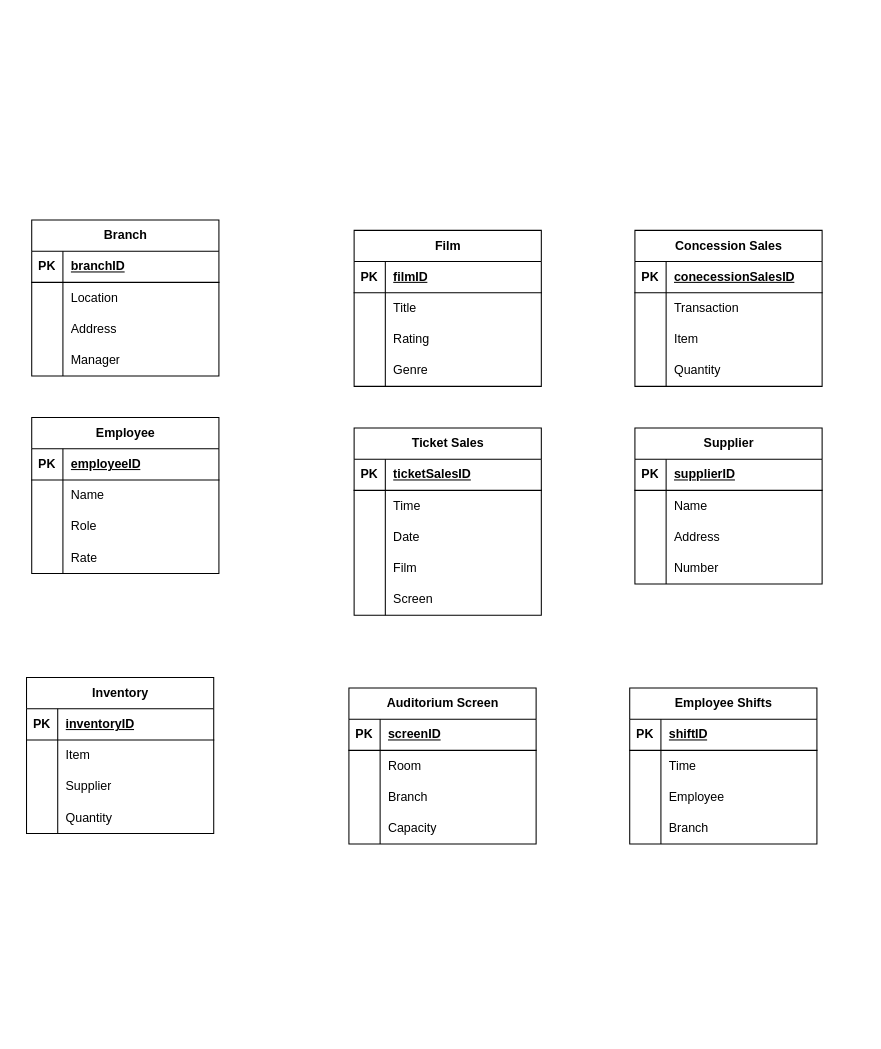
bmontessua/IST423 keeps this draw.io diagram as Group-Topic-Movie_Theater.drawio. Above is the earlier version. Source tidied: cells renumbered, new cells numbered last; positions are measured from the earlier drawing's top-left corner, leaving out a move shared by most shapes. Both pictures are drawn from the tidied source at 104%, with x=0, y=0 at pixel (26, 219).
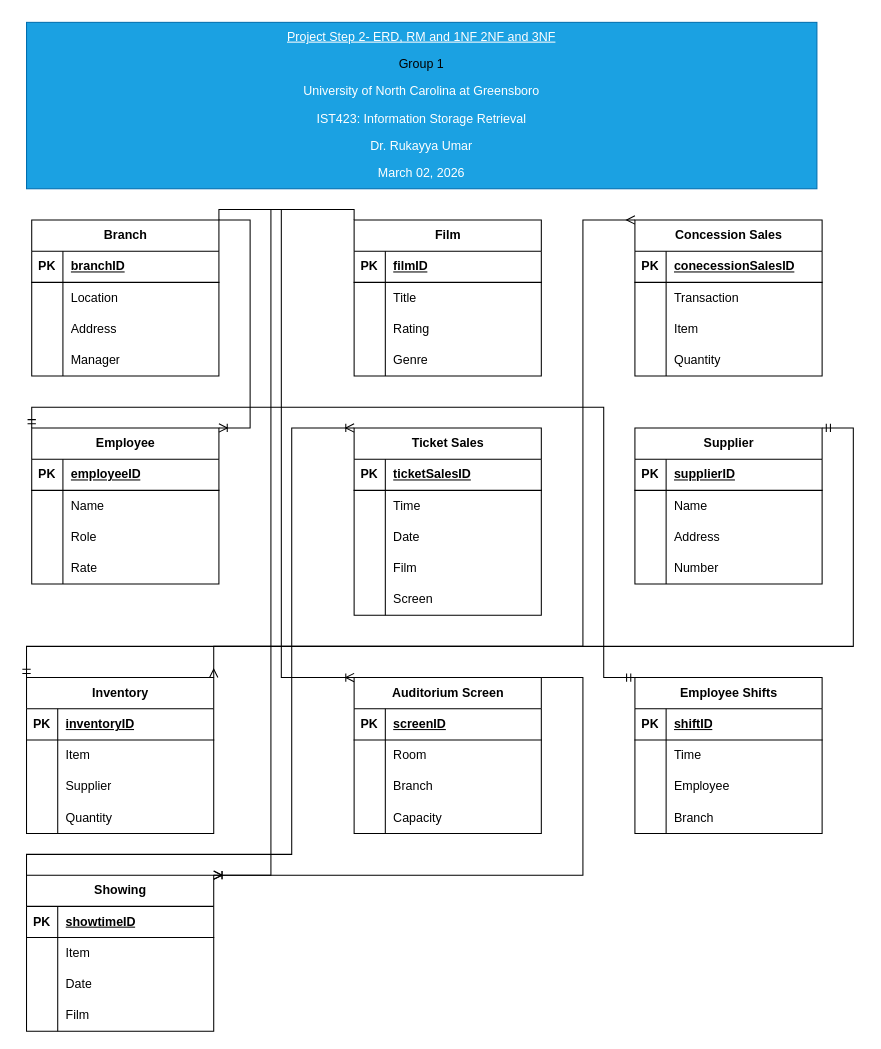
After the change.

Unchanged cells that the change refers to:
```xml
<mxCell id="2" value="Branch" style="shape=table;startSize=30;childLayout=tableLayout;rowLines=0;fontStyle=1;align=center;html=1;" parent="1" vertex="1">
  <mxGeometry x="5" width="180" height="150" as="geometry" />
</mxCell>
<mxCell id="41" value="Ticket Sales" style="shape=table;startSize=30;childLayout=tableLayout;rowLines=0;fontStyle=1;align=center;html=1;" parent="1" vertex="1">
  <mxGeometry x="315" y="200" width="180" height="180" as="geometry" />
</mxCell>
<mxCell id="57" value="Inventory" style="shape=table;startSize=30;childLayout=tableLayout;rowLines=0;fontStyle=1;align=center;html=1;" parent="1" vertex="1">
  <mxGeometry y="440" width="180" height="150" as="geometry" />
</mxCell>
<mxCell id="96" value="Supplier" style="shape=table;startSize=30;childLayout=tableLayout;rowLines=0;fontStyle=1;align=center;html=1;" parent="1" vertex="1">
  <mxGeometry x="585" y="200" width="180" height="150" as="geometry" />
</mxCell>
```

The edit, as a diff of the source:
```diff
@@
     <mxCell id="15" value="Auditorium Screen" style="shape=table;startSize=30;childLayout=tableLayout;rowLines=0;fontStyle=1;align=center;html=1;" parent="1" vertex="1">
-      <mxGeometry x="310" y="450" width="180" height="150" as="geometry" />
+      <mxGeometry x="315" y="440" width="180" height="150" as="geometry" />
     </mxCell>
@@
     <mxCell id="28" value="Concession Sales" style="shape=table;startSize=30;childLayout=tableLayout;rowLines=0;fontStyle=1;align=center;html=1;" parent="1" vertex="1">
-      <mxGeometry x="585" y="10" width="180" height="150" as="geometry" />
+      <mxGeometry x="585" width="180" height="150" as="geometry" />
     </mxCell>
@@
     <mxCell id="70" value="Film" style="shape=table;startSize=30;childLayout=tableLayout;rowLines=0;fontStyle=1;align=center;html=1;" parent="1" vertex="1">
-      <mxGeometry x="315" y="10" width="180" height="150" as="geometry" />
+      <mxGeometry x="315" width="180" height="150" as="geometry" />
     </mxCell>
@@
     <mxCell id="83" value="Employee" style="shape=table;startSize=30;childLayout=tableLayout;rowLines=0;fontStyle=1;align=center;html=1;" parent="1" vertex="1">
-      <mxGeometry x="5" y="190" width="180" height="150" as="geometry" />
+      <mxGeometry x="5" y="200" width="180" height="150" as="geometry" />
     </mxCell>
@@
     <mxCell id="109" value="Employee Shifts" style="shape=table;startSize=30;childLayout=tableLayout;rowLines=0;fontStyle=1;align=center;html=1;" parent="1" vertex="1">
-      <mxGeometry x="580" y="450" width="180" height="150" as="geometry" />
+      <mxGeometry x="585" y="440" width="180" height="150" as="geometry" />
     </mxCell>
@@
+    <mxCell id="122" value="&lt;p class=&quot;MsoNormal&quot; align=&quot;center&quot;&gt;&lt;span dir=&quot;ltr&quot; id=&quot;assignment-student-header-content&quot; wrap=&quot;no-wrap&quot; class=&quot;css-1y933ew-view--flex-flex&quot;&gt;&lt;span dir=&quot;ltr&quot; class=&quot;css-1bmgv0i-view-flexItem&quot;&gt;&lt;span dir=&quot;ltr&quot; wrap=&quot;no-wrap&quot; class=&quot;css-1t3hccf-view--flex-flex&quot;&gt;&lt;/span&gt;&lt;/span&gt;&lt;/span&gt;&lt;/p&gt;&lt;div style=&quot;line-height: 1.05;&quot;&gt;&lt;u&gt;&lt;span dir=&quot;ltr&quot; class=&quot;css-1vi9rtb-view-flexItem&quot;&gt;&lt;span wrap=&quot;break-word&quot; class=&quot;css-mi1fmo-text&quot;&gt;Project Step 2- ERD, RM and 1NF 2NF and 3NF&lt;/span&gt;&lt;/span&gt;&lt;/u&gt;&lt;/div&gt;&lt;p&gt;&lt;/p&gt;&lt;p class=&quot;MsoNormal&quot; align=&quot;center&quot;&gt;&lt;span style=&quot;background-color: transparent; color: light-dark(rgb(0, 0, 0), rgb(0, 0, 0));&quot;&gt;Group 1&lt;/span&gt;&lt;/p&gt;&lt;p class=&quot;MsoNormal&quot; align=&quot;center&quot;&gt;University of North Carolina at Greensboro&lt;/p&gt;&lt;p class=&quot;MsoNormal&quot; align=&quot;center&quot;&gt;IST423: Information Storage Retrieval&lt;/p&gt;&lt;p class=&quot;MsoNormal&quot; align=&quot;center&quot;&gt;Dr. Rukayya Umar&lt;/p&gt;&lt;p class=&quot;MsoNormal&quot; align=&quot;center&quot;&gt;March 02, 2026&lt;/p&gt;" style="text;html=1;whiteSpace=wrap;strokeColor=#006EAF;fillColor=#1ba1e2;align=center;verticalAlign=middle;rounded=0;fontColor=#ffffff;" parent="1" vertex="1">
+      <mxGeometry y="-190" width="760" height="160" as="geometry" />
+    </mxCell>
+    <mxCell id="123" style="edgeStyle=entityRelationEdgeStyle;fontSize=12;html=1;endArrow=ERoneToMany;rounded=0;exitX=1;exitY=0;exitDx=0;exitDy=0;entryX=1;entryY=0;entryDx=0;entryDy=0;" parent="1" edge="1" source="2" target="83">
+      <mxGeometry relative="1" as="geometry" />
+    </mxCell>
+    <mxCell id="124" style="edgeStyle=orthogonalEdgeStyle;fontSize=12;html=1;endArrow=ERoneToMany;rounded=0;exitX=1;exitY=0;exitDx=0;exitDy=0;entryX=0;entryY=0;entryDx=0;entryDy=0;" parent="1" edge="1" source="2" target="15">
+      <mxGeometry relative="1" as="geometry">
+        <Array as="points">
+          <mxPoint x="185" y="-10" />
+          <mxPoint x="245" y="-10" />
+          <mxPoint x="245" y="440" />
+        </Array>
+      </mxGeometry>
+    </mxCell>
+    <mxCell id="125" value="Showing" style="shape=table;startSize=30;childLayout=tableLayout;rowLines=0;fontStyle=1;align=center;html=1;" parent="1" vertex="1">
+      <mxGeometry y="630" width="180" height="150" as="geometry" />
+    </mxCell>
+    <mxCell id="126" style="shape=tableRow;horizontal=0;startSize=0;swimlaneHead=0;swimlaneBody=0;fillColor=none;top=0;left=0;right=0;bottom=1;" parent="125" vertex="1">
+      <mxGeometry y="30" width="180" height="30" as="geometry" />
+    </mxCell>
+    <mxCell id="127" value="PK" style="shape=partialRectangle;fillColor=none;top=0;left=0;bottom=0;right=0;fontStyle=1;overflow=hidden;whiteSpace=wrap;html=1;" parent="126" vertex="1">
+      <mxGeometry width="30" height="30" as="geometry" />
+    </mxCell>
+    <mxCell id="128" value="showtimeID" style="shape=partialRectangle;fillColor=none;top=0;left=0;bottom=0;right=0;align=left;spacingLeft=6;fontStyle=5;overflow=hidden;whiteSpace=wrap;html=1;" parent="126" vertex="1">
+      <mxGeometry x="30" width="150" height="30" as="geometry" />
+    </mxCell>
+    <mxCell id="129" style="shape=tableRow;horizontal=0;startSize=0;swimlaneHead=0;swimlaneBody=0;fillColor=none;top=0;left=0;right=0;bottom=0;" parent="125" vertex="1">
+      <mxGeometry y="60" width="180" height="30" as="geometry" />
+    </mxCell>
+    <mxCell id="130" style="shape=partialRectangle;fillColor=none;top=0;left=0;bottom=0;right=0;overflow=hidden;whiteSpace=wrap;html=1;" parent="129" vertex="1">
+      <mxGeometry width="30" height="30" as="geometry" />
+    </mxCell>
+    <mxCell id="131" value="Item" style="shape=partialRectangle;fillColor=none;top=0;left=0;bottom=0;right=0;align=left;spacingLeft=6;overflow=hidden;whiteSpace=wrap;html=1;" parent="129" vertex="1">
+      <mxGeometry x="30" width="150" height="30" as="geometry" />
+    </mxCell>
+    <mxCell id="132" style="shape=tableRow;horizontal=0;startSize=0;swimlaneHead=0;swimlaneBody=0;fillColor=none;top=0;left=0;right=0;bottom=0;" parent="125" vertex="1">
+      <mxGeometry y="90" width="180" height="30" as="geometry" />
+    </mxCell>
+    <mxCell id="133" style="shape=partialRectangle;fillColor=none;top=0;left=0;bottom=0;right=0;overflow=hidden;whiteSpace=wrap;html=1;" parent="132" vertex="1">
+      <mxGeometry width="30" height="30" as="geometry" />
+    </mxCell>
+    <mxCell id="134" value="Date" style="shape=partialRectangle;fillColor=none;top=0;left=0;bottom=0;right=0;align=left;spacingLeft=6;overflow=hidden;whiteSpace=wrap;html=1;" parent="132" vertex="1">
+      <mxGeometry x="30" width="150" height="30" as="geometry" />
+    </mxCell>
+    <mxCell id="135" style="shape=tableRow;horizontal=0;startSize=0;swimlaneHead=0;swimlaneBody=0;fillColor=none;top=0;left=0;right=0;bottom=0;" parent="125" vertex="1">
+      <mxGeometry y="120" width="180" height="30" as="geometry" />
+    </mxCell>
+    <mxCell id="136" style="shape=partialRectangle;fillColor=none;top=0;left=0;bottom=0;right=0;overflow=hidden;whiteSpace=wrap;html=1;" parent="135" vertex="1">
+      <mxGeometry width="30" height="30" as="geometry" />
+    </mxCell>
+    <mxCell id="137" value="Film" style="shape=partialRectangle;fillColor=none;top=0;left=0;bottom=0;right=0;align=left;spacingLeft=6;overflow=hidden;whiteSpace=wrap;html=1;" parent="135" vertex="1">
+      <mxGeometry x="30" width="150" height="30" as="geometry" />
+    </mxCell>
+    <mxCell id="138" style="edgeStyle=orthogonalEdgeStyle;fontSize=12;html=1;endArrow=ERoneToMany;rounded=0;exitX=0;exitY=0;exitDx=0;exitDy=0;entryX=1;entryY=0;entryDx=0;entryDy=0;" parent="1" edge="1" source="70" target="125">
+      <mxGeometry relative="1" as="geometry">
+        <Array as="points">
+          <mxPoint x="315" y="-10" />
+          <mxPoint x="235" y="-10" />
+          <mxPoint x="235" y="630" />
+        </Array>
+      </mxGeometry>
+    </mxCell>
+    <mxCell id="139" style="edgeStyle=orthogonalEdgeStyle;fontSize=12;html=1;endArrow=ERoneToMany;rounded=0;entryX=1;entryY=0;entryDx=0;entryDy=0;exitX=1;exitY=0;exitDx=0;exitDy=0;" parent="1" edge="1" source="15" target="125">
+      <mxGeometry relative="1" as="geometry">
+        <Array as="points">
+          <mxPoint x="535" y="440" />
+          <mxPoint x="535" y="630" />
+        </Array>
+      </mxGeometry>
+    </mxCell>
+    <mxCell id="140" style="edgeStyle=orthogonalEdgeStyle;fontSize=12;html=1;endArrow=ERoneToMany;rounded=0;exitX=0;exitY=0;exitDx=0;exitDy=0;entryX=0;entryY=0;entryDx=0;entryDy=0;" parent="1" edge="1" source="125" target="41">
+      <mxGeometry relative="1" as="geometry">
+        <Array as="points">
+          <mxPoint y="610" />
+          <mxPoint x="255" y="610" />
+          <mxPoint x="255" y="200" />
+        </Array>
+      </mxGeometry>
+    </mxCell>
+    <mxCell id="141" style="edgeStyle=orthogonalEdgeStyle;fontSize=12;html=1;endArrow=ERmany;startArrow=ERmany;rounded=0;entryX=0;entryY=0;entryDx=0;entryDy=0;exitX=1;exitY=0;exitDx=0;exitDy=0;" parent="1" edge="1" source="57" target="28">
+      <mxGeometry relative="1" as="geometry">
+        <Array as="points">
+          <mxPoint x="180" y="410" />
+          <mxPoint x="535" y="410" />
+          <mxPoint x="535" />
+        </Array>
+      </mxGeometry>
+    </mxCell>
+    <mxCell id="142" style="edgeStyle=orthogonalEdgeStyle;fontSize=12;html=1;endArrow=ERmandOne;startArrow=ERmandOne;rounded=0;entryX=0;entryY=0;entryDx=0;entryDy=0;exitX=1;exitY=0;exitDx=0;exitDy=0;" parent="1" edge="1" source="96" target="57">
+      <mxGeometry relative="1" as="geometry">
+        <Array as="points">
+          <mxPoint x="795" y="200" />
+          <mxPoint x="795" y="410" />
+          <mxPoint y="410" />
+        </Array>
+      </mxGeometry>
+    </mxCell>
+    <mxCell id="143" style="edgeStyle=orthogonalEdgeStyle;fontSize=12;html=1;endArrow=ERmandOne;startArrow=ERmandOne;rounded=0;exitX=0;exitY=0;exitDx=0;exitDy=0;entryX=0;entryY=0;entryDx=0;entryDy=0;" parent="1" edge="1" source="83" target="109">
+      <mxGeometry relative="1" as="geometry">
+        <Array as="points">
+          <mxPoint x="5" y="180" />
+          <mxPoint x="555" y="180" />
+          <mxPoint x="555" y="440" />
+        </Array>
+      </mxGeometry>
+    </mxCell>
```
